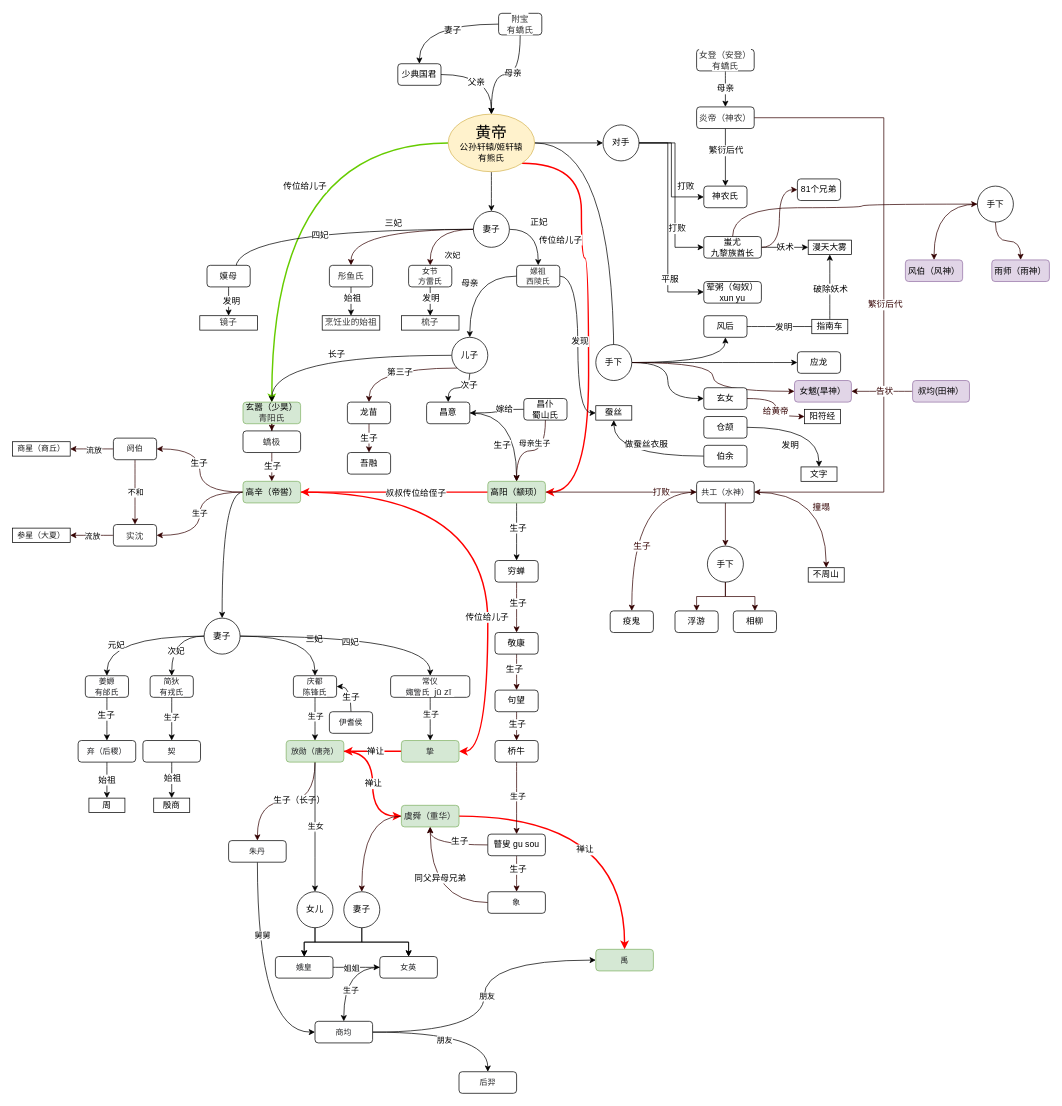
Earlier version of the draw.io diagram page "黄帝" (1 of 4) of 黄帝.drawio (littlebeer/drawio). Source tidied: cells renumbered, new cells numbered last; positions are measured from the earlier drawing's top-left corner, leaving out a move shared by most shapes. Both pictures are drawn from the tidied source at 72%, with x=0, y=0 at pixel (12, 13).
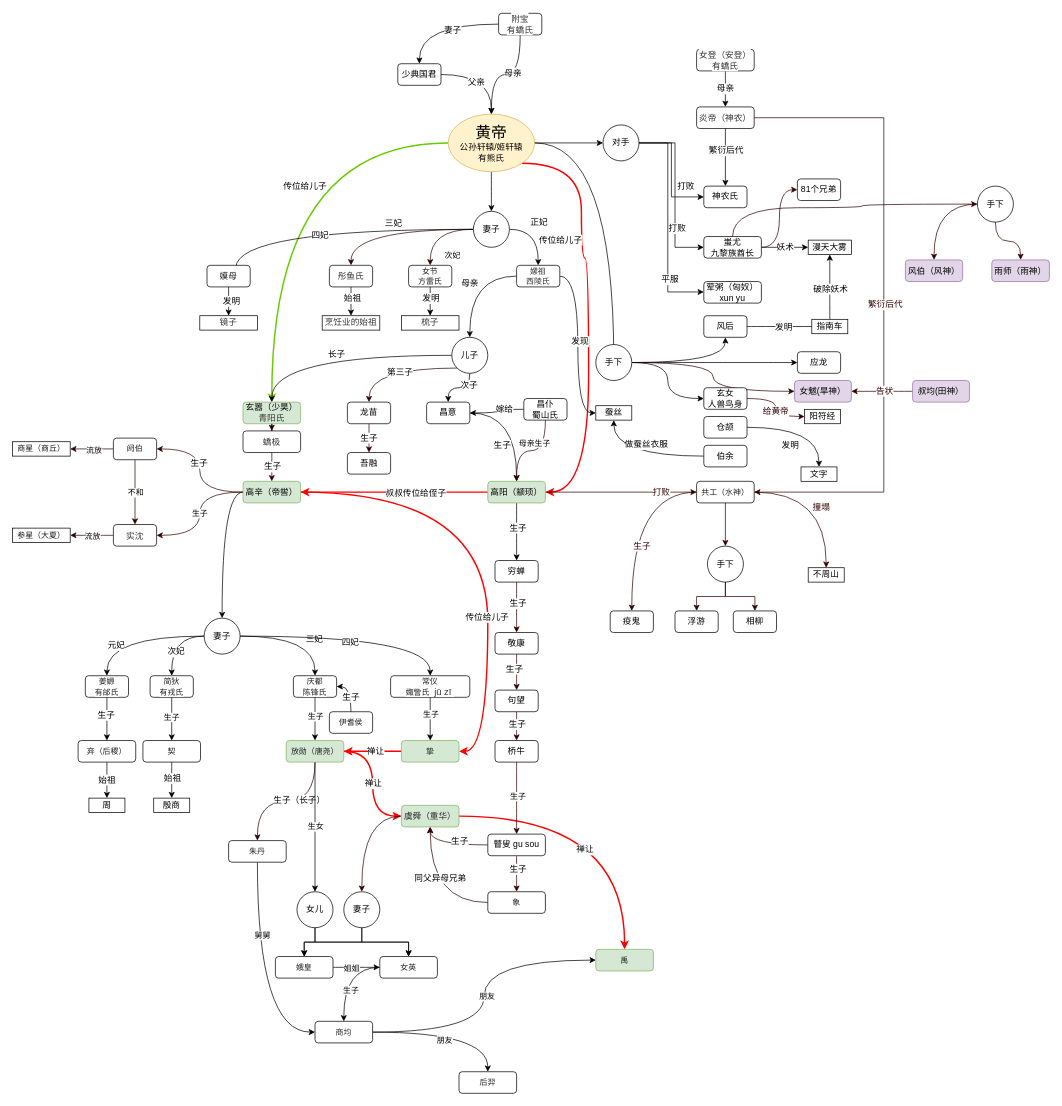
The same page after the edit.

Diff of the diagram source:
```diff
@@
-    <mxCell id="51" value="玄女" style="rounded=1;whiteSpace=wrap;html=1;fontSize=12;" parent="1" vertex="1">
+    <mxCell id="51" value="玄女&lt;br&gt;人兽鸟身" style="rounded=1;whiteSpace=wrap;html=1;fontSize=12;" parent="1" vertex="1">
       <mxGeometry x="960" y="520" width="60" height="30" as="geometry" />
     </mxCell>
```
